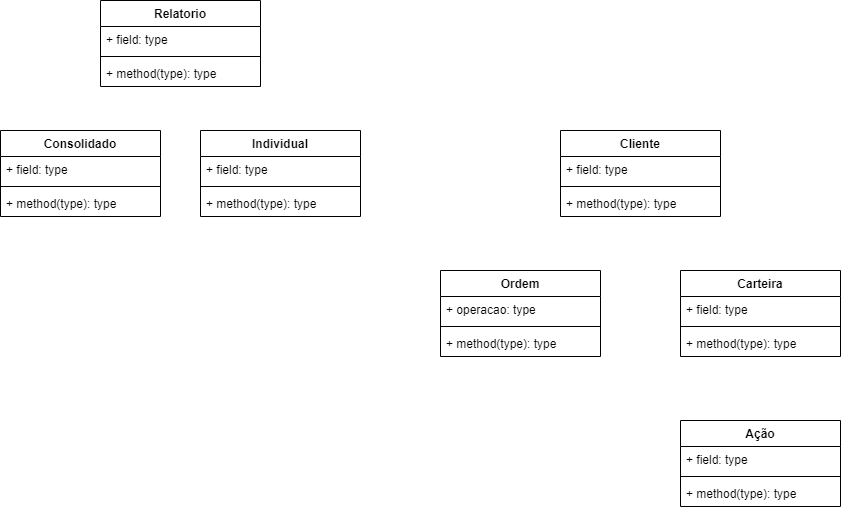
EijiDogen/FEI_MDSMarket keeps this draw.io diagram as MarketClasses.drawio.png. Above is the earlier version. Source tidied: cells renumbered, new cells last; positions are measured from the earlier drawing's top-left corner, leaving out a move shared by most shapes.
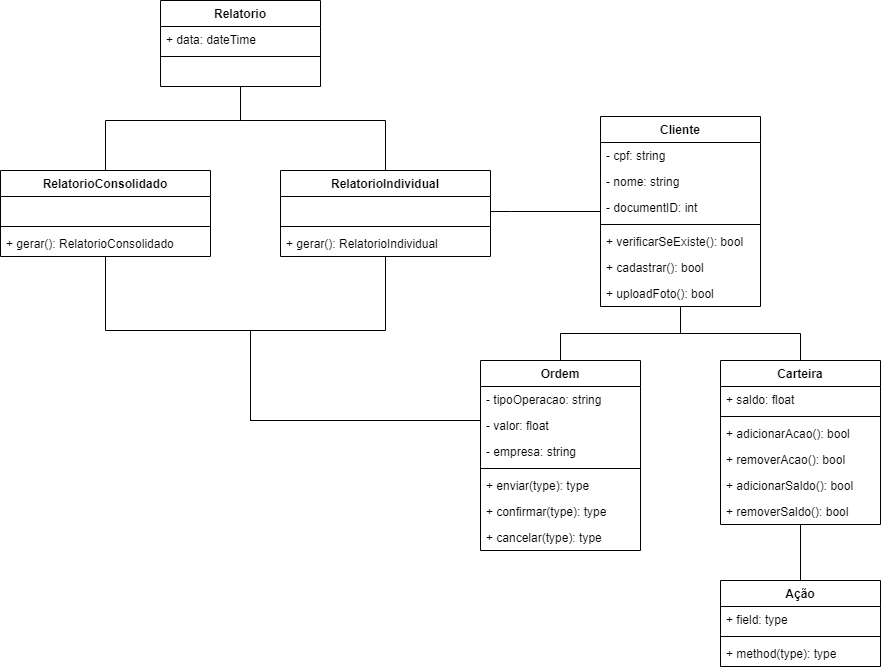
Above is the later version.

Diff of the diagram source:
```diff
@@ -2,32 +2,62 @@
   <root>
     <mxCell id="0" />
     <mxCell id="1" value="CasosDeUso" parent="0" />
+    <mxCell id="30" style="edgeStyle=orthogonalEdgeStyle;rounded=0;jettySize=auto;html=1;endArrow=none;endFill=0;" parent="1" edge="1" source="2" target="14">
+      <mxGeometry relative="1" as="geometry" />
+    </mxCell>
+    <mxCell id="31" style="edgeStyle=orthogonalEdgeStyle;rounded=0;jettySize=auto;html=1;endArrow=none;endFill=0;" parent="1" edge="1" source="2" target="6">
+      <mxGeometry relative="1" as="geometry" />
+    </mxCell>
     <mxCell id="2" value="Cliente" style="swimlane;fontStyle=1;align=center;verticalAlign=top;horizontal=1;startSize=26;" parent="1" vertex="1">
-      <mxGeometry x="560" y="130" width="160" height="86" as="geometry" />
+      <mxGeometry x="-280" y="238" width="160" height="190" as="geometry" />
     </mxCell>
+    <mxCell id="32" value="- cpf: string" style="text;strokeColor=none;fillColor=none;align=left;verticalAlign=top;spacingLeft=4;spacingRight=4;overflow=hidden;" parent="2" vertex="1">
+      <mxGeometry y="26" width="160" height="26" as="geometry" />
+    </mxCell>
-    <mxCell id="3" value="+ field: type" style="text;strokeColor=none;fillColor=none;align=left;verticalAlign=top;spacingLeft=4;spacingRight=4;overflow=hidden;" parent="2" vertex="1">
-      <mxGeometry y="26" width="160" height="26" as="geometry" />
+    <mxCell id="3" value="- nome: string" style="text;strokeColor=none;fillColor=none;align=left;verticalAlign=top;spacingLeft=4;spacingRight=4;overflow=hidden;" parent="2" vertex="1">
+      <mxGeometry y="52" width="160" height="26" as="geometry" />
     </mxCell>
+    <mxCell id="33" value="- documentID: int" style="text;strokeColor=none;fillColor=none;align=left;verticalAlign=top;spacingLeft=4;spacingRight=4;overflow=hidden;" parent="2" vertex="1">
+      <mxGeometry y="78" width="160" height="26" as="geometry" />
+    </mxCell>
     <mxCell id="4" style="line;strokeWidth=1;fillColor=none;align=left;verticalAlign=middle;spacingTop=-1;spacingLeft=3;spacingRight=3;labelPosition=right;" parent="2" vertex="1">
-      <mxGeometry y="52" width="160" height="8" as="geometry" />
+      <mxGeometry y="104" width="160" height="8" as="geometry" />
     </mxCell>
-    <mxCell id="5" value="+ method(type): type" style="text;strokeColor=none;fillColor=none;align=left;verticalAlign=top;spacingLeft=4;spacingRight=4;overflow=hidden;" parent="2" vertex="1">
-      <mxGeometry y="60" width="160" height="26" as="geometry" />
+    <mxCell id="5" value="+ verificarSeExiste(): bool" style="text;strokeColor=none;fillColor=none;align=left;verticalAlign=top;spacingLeft=4;spacingRight=4;overflow=hidden;" parent="2" vertex="1">
+      <mxGeometry y="112" width="160" height="26" as="geometry" />
     </mxCell>
+    <mxCell id="34" value="+ cadastrar(): bool" style="text;strokeColor=none;fillColor=none;align=left;verticalAlign=top;spacingLeft=4;spacingRight=4;overflow=hidden;" parent="2" vertex="1">
+      <mxGeometry y="138" width="160" height="26" as="geometry" />
+    </mxCell>
+    <mxCell id="35" value="+ uploadFoto(): bool" style="text;strokeColor=none;fillColor=none;align=left;verticalAlign=top;spacingLeft=4;spacingRight=4;overflow=hidden;" parent="2" vertex="1">
+      <mxGeometry y="164" width="160" height="26" as="geometry" />
+    </mxCell>
+    <mxCell id="36" style="edgeStyle=orthogonalEdgeStyle;rounded=0;jettySize=auto;html=1;endArrow=none;endFill=0;" parent="1" edge="1" source="6" target="10">
+      <mxGeometry relative="1" as="geometry" />
+    </mxCell>
     <mxCell id="6" value="Carteira" style="swimlane;fontStyle=1;align=center;verticalAlign=top;horizontal=1;startSize=26;" parent="1" vertex="1">
-      <mxGeometry x="680" y="270" width="160" height="86" as="geometry" />
+      <mxGeometry x="-160" y="482" width="160" height="164" as="geometry" />
     </mxCell>
-    <mxCell id="7" value="+ field: type" style="text;strokeColor=none;fillColor=none;align=left;verticalAlign=top;spacingLeft=4;spacingRight=4;overflow=hidden;" parent="6" vertex="1">
+    <mxCell id="7" value="+ saldo: float" style="text;strokeColor=none;fillColor=none;align=left;verticalAlign=top;spacingLeft=4;spacingRight=4;overflow=hidden;" parent="6" vertex="1">
       <mxGeometry y="26" width="160" height="26" as="geometry" />
     </mxCell>
     <mxCell id="8" style="line;strokeWidth=1;fillColor=none;align=left;verticalAlign=middle;spacingTop=-1;spacingLeft=3;spacingRight=3;labelPosition=right;" parent="6" vertex="1">
       <mxGeometry y="52" width="160" height="8" as="geometry" />
     </mxCell>
-    <mxCell id="9" value="+ method(type): type" style="text;strokeColor=none;fillColor=none;align=left;verticalAlign=top;spacingLeft=4;spacingRight=4;overflow=hidden;" parent="6" vertex="1">
+    <mxCell id="9" value="+ adicionarAcao(): bool" style="text;strokeColor=none;fillColor=none;align=left;verticalAlign=top;spacingLeft=4;spacingRight=4;overflow=hidden;" parent="6" vertex="1">
       <mxGeometry y="60" width="160" height="26" as="geometry" />
     </mxCell>
+    <mxCell id="37" value="+ removerAcao(): bool" style="text;strokeColor=none;fillColor=none;align=left;verticalAlign=top;spacingLeft=4;spacingRight=4;overflow=hidden;" parent="6" vertex="1">
+      <mxGeometry y="86" width="160" height="26" as="geometry" />
+    </mxCell>
+    <mxCell id="38" value="+ adicionarSaldo(): bool" style="text;strokeColor=none;fillColor=none;align=left;verticalAlign=top;spacingLeft=4;spacingRight=4;overflow=hidden;" parent="6" vertex="1">
+      <mxGeometry y="112" width="160" height="26" as="geometry" />
+    </mxCell>
+    <mxCell id="39" value="+ removerSaldo(): bool" style="text;strokeColor=none;fillColor=none;align=left;verticalAlign=top;spacingLeft=4;spacingRight=4;overflow=hidden;" parent="6" vertex="1">
+      <mxGeometry y="138" width="160" height="26" as="geometry" />
+    </mxCell>
     <mxCell id="10" value="Ação" style="swimlane;fontStyle=1;align=center;verticalAlign=top;horizontal=1;startSize=26;" parent="1" vertex="1">
-      <mxGeometry x="680" y="420" width="160" height="86" as="geometry" />
+      <mxGeometry x="-160" y="702" width="160" height="86" as="geometry" />
     </mxCell>
     <mxCell id="11" value="+ field: type" style="text;strokeColor=none;fillColor=none;align=left;verticalAlign=top;spacingLeft=4;spacingRight=4;overflow=hidden;" parent="10" vertex="1">
       <mxGeometry y="26" width="160" height="26" as="geometry" />
@@ -39,52 +69,106 @@
       <mxGeometry y="60" width="160" height="26" as="geometry" />
     </mxCell>
     <mxCell id="14" value="Ordem" style="swimlane;fontStyle=1;align=center;verticalAlign=top;horizontal=1;startSize=26;" parent="1" vertex="1">
-      <mxGeometry x="440" y="270" width="160" height="86" as="geometry" />
+      <mxGeometry x="-400" y="482" width="160" height="190" as="geometry" />
     </mxCell>
+    <mxCell id="40" value="- tipoOperacao: string" style="text;strokeColor=none;fillColor=none;align=left;verticalAlign=top;spacingLeft=4;spacingRight=4;overflow=hidden;" parent="14" vertex="1">
+      <mxGeometry y="26" width="160" height="26" as="geometry" />
+    </mxCell>
-    <mxCell id="15" value="+ operacao: type" style="text;strokeColor=none;fillColor=none;align=left;verticalAlign=top;spacingLeft=4;spacingRight=4;overflow=hidden;" parent="14" vertex="1">
-      <mxGeometry y="26" width="160" height="26" as="geometry" />
+    <mxCell id="15" value="- valor: float" style="text;strokeColor=none;fillColor=none;align=left;verticalAlign=top;spacingLeft=4;spacingRight=4;overflow=hidden;" parent="14" vertex="1">
+      <mxGeometry y="52" width="160" height="26" as="geometry" />
     </mxCell>
+    <mxCell id="41" value="- empresa: string" style="text;strokeColor=none;fillColor=none;align=left;verticalAlign=top;spacingLeft=4;spacingRight=4;overflow=hidden;" parent="14" vertex="1">
+      <mxGeometry y="78" width="160" height="26" as="geometry" />
+    </mxCell>
     <mxCell id="16" style="line;strokeWidth=1;fillColor=none;align=left;verticalAlign=middle;spacingTop=-1;spacingLeft=3;spacingRight=3;labelPosition=right;" parent="14" vertex="1">
-      <mxGeometry y="52" width="160" height="8" as="geometry" />
+      <mxGeometry y="104" width="160" height="8" as="geometry" />
     </mxCell>
-    <mxCell id="17" value="+ method(type): type" style="text;strokeColor=none;fillColor=none;align=left;verticalAlign=top;spacingLeft=4;spacingRight=4;overflow=hidden;" parent="14" vertex="1">
-      <mxGeometry y="60" width="160" height="26" as="geometry" />
+    <mxCell id="17" value="+ enviar(type): type" style="text;strokeColor=none;fillColor=none;align=left;verticalAlign=top;spacingLeft=4;spacingRight=4;overflow=hidden;" parent="14" vertex="1">
+      <mxGeometry y="112" width="160" height="26" as="geometry" />
     </mxCell>
+    <mxCell id="42" value="+ confirmar(type): type" style="text;strokeColor=none;fillColor=none;align=left;verticalAlign=top;spacingLeft=4;spacingRight=4;overflow=hidden;" parent="14" vertex="1">
+      <mxGeometry y="138" width="160" height="26" as="geometry" />
+    </mxCell>
+    <mxCell id="43" value="+ cancelar(type): type" style="text;strokeColor=none;fillColor=none;align=left;verticalAlign=top;spacingLeft=4;spacingRight=4;overflow=hidden;" parent="14" vertex="1">
+      <mxGeometry y="164" width="160" height="26" as="geometry" />
+    </mxCell>
+    <mxCell id="44" style="edgeStyle=orthogonalEdgeStyle;rounded=0;jettySize=auto;html=1;endArrow=none;endFill=0;" parent="1" edge="1" source="18" target="26">
+      <mxGeometry relative="1" as="geometry">
+        <Array as="points">
+          <mxPoint x="-640" y="242" />
+          <mxPoint x="-775" y="242" />
+        </Array>
+      </mxGeometry>
+    </mxCell>
+    <mxCell id="45" style="edgeStyle=orthogonalEdgeStyle;rounded=0;jettySize=auto;html=1;endArrow=none;endFill=0;" parent="1" edge="1" source="18" target="22">
+      <mxGeometry relative="1" as="geometry">
+        <Array as="points">
+          <mxPoint x="-640" y="242" />
+          <mxPoint x="-495" y="242" />
+        </Array>
+      </mxGeometry>
+    </mxCell>
     <mxCell id="18" value="Relatorio" style="swimlane;fontStyle=1;align=center;verticalAlign=top;horizontal=1;startSize=26;" parent="1" vertex="1">
-      <mxGeometry x="100" width="160" height="86" as="geometry" />
+      <mxGeometry x="-720" y="122" width="160" height="86" as="geometry" />
     </mxCell>
-    <mxCell id="19" value="+ field: type" style="text;strokeColor=none;fillColor=none;align=left;verticalAlign=top;spacingLeft=4;spacingRight=4;overflow=hidden;" parent="18" vertex="1">
-      <mxGeometry y="26" width="160" height="26" as="geometry" />
-    </mxCell>
+    <mxCell id="23" value="+ data: dateTime" style="text;strokeColor=none;fillColor=none;align=left;verticalAlign=top;spacingLeft=4;spacingRight=4;overflow=hidden;" parent="18" vertex="1">
+      <mxGeometry y="26" width="160" height="26" as="geometry" />
+    </mxCell>
     <mxCell id="20" style="line;strokeWidth=1;fillColor=none;align=left;verticalAlign=middle;spacingTop=-1;spacingLeft=3;spacingRight=3;labelPosition=right;" parent="18" vertex="1">
       <mxGeometry y="52" width="160" height="8" as="geometry" />
     </mxCell>
-    <mxCell id="21" value="+ method(type): type" style="text;strokeColor=none;fillColor=none;align=left;verticalAlign=top;spacingLeft=4;spacingRight=4;overflow=hidden;" parent="18" vertex="1">
+    <mxCell id="21" value="  " style="text;strokeColor=none;fillColor=none;align=left;verticalAlign=top;spacingLeft=4;spacingRight=4;overflow=hidden;" parent="18" vertex="1">
       <mxGeometry y="60" width="160" height="26" as="geometry" />
     </mxCell>
+    <mxCell id="46" style="edgeStyle=orthogonalEdgeStyle;rounded=0;jettySize=auto;html=1;endArrow=none;endFill=0;" parent="1" edge="1" source="22" target="2">
+      <mxGeometry relative="1" as="geometry">
+        <Array as="points">
+          <mxPoint x="-370" y="333" />
+          <mxPoint x="-370" y="333" />
+        </Array>
+      </mxGeometry>
+    </mxCell>
+    <mxCell id="47" style="edgeStyle=orthogonalEdgeStyle;rounded=0;jettySize=auto;html=1;endArrow=none;endFill=0;" parent="1" edge="1" source="22" target="14">
+      <mxGeometry relative="1" as="geometry">
+        <Array as="points">
+          <mxPoint x="-495" y="452" />
+          <mxPoint x="-630" y="452" />
+          <mxPoint x="-630" y="542" />
+        </Array>
+      </mxGeometry>
+    </mxCell>
-    <mxCell id="22" value="Individual" style="swimlane;fontStyle=1;align=center;verticalAlign=top;horizontal=1;startSize=26;" parent="1" vertex="1">
-      <mxGeometry x="200" y="130" width="160" height="86" as="geometry" />
+    <mxCell id="22" value="RelatorioIndividual" style="swimlane;fontStyle=1;align=center;verticalAlign=top;horizontal=1;startSize=26;" parent="1" vertex="1">
+      <mxGeometry x="-600" y="292" width="210" height="86" as="geometry" />
     </mxCell>
-    <mxCell id="23" value="+ field: type" style="text;strokeColor=none;fillColor=none;align=left;verticalAlign=top;spacingLeft=4;spacingRight=4;overflow=hidden;" parent="22" vertex="1">
-      <mxGeometry y="26" width="160" height="26" as="geometry" />
-    </mxCell>
+    <mxCell id="19" value=" " style="text;strokeColor=none;fillColor=none;align=left;verticalAlign=top;spacingLeft=4;spacingRight=4;overflow=hidden;" parent="22" vertex="1">
+      <mxGeometry y="26" width="210" height="26" as="geometry" />
+    </mxCell>
     <mxCell id="24" style="line;strokeWidth=1;fillColor=none;align=left;verticalAlign=middle;spacingTop=-1;spacingLeft=3;spacingRight=3;labelPosition=right;" parent="22" vertex="1">
-      <mxGeometry y="52" width="160" height="8" as="geometry" />
+      <mxGeometry y="52" width="210" height="8" as="geometry" />
     </mxCell>
-    <mxCell id="25" value="+ method(type): type" style="text;strokeColor=none;fillColor=none;align=left;verticalAlign=top;spacingLeft=4;spacingRight=4;overflow=hidden;" parent="22" vertex="1">
-      <mxGeometry y="60" width="160" height="26" as="geometry" />
+    <mxCell id="25" value="+ gerar(): RelatorioIndividual" style="text;strokeColor=none;fillColor=none;align=left;verticalAlign=top;spacingLeft=4;spacingRight=4;overflow=hidden;" parent="22" vertex="1">
+      <mxGeometry y="60" width="210" height="26" as="geometry" />
     </mxCell>
+    <mxCell id="48" style="edgeStyle=orthogonalEdgeStyle;rounded=0;jettySize=auto;html=1;endArrow=none;endFill=0;" parent="1" edge="1" source="26" target="14">
+      <mxGeometry relative="1" as="geometry">
+        <Array as="points">
+          <mxPoint x="-775" y="452" />
+          <mxPoint x="-630" y="452" />
+          <mxPoint x="-630" y="542" />
+        </Array>
+      </mxGeometry>
+    </mxCell>
-    <mxCell id="26" value="Consolidado" style="swimlane;fontStyle=1;align=center;verticalAlign=top;horizontal=1;startSize=26;" parent="1" vertex="1">
-      <mxGeometry y="130" width="160" height="86" as="geometry" />
+    <mxCell id="26" value="RelatorioConsolidado" style="swimlane;fontStyle=1;align=center;verticalAlign=top;horizontal=1;startSize=26;" parent="1" vertex="1">
+      <mxGeometry x="-880" y="292" width="210" height="86" as="geometry" />
     </mxCell>
-    <mxCell id="27" value="+ field: type" style="text;strokeColor=none;fillColor=none;align=left;verticalAlign=top;spacingLeft=4;spacingRight=4;overflow=hidden;" parent="26" vertex="1">
-      <mxGeometry y="26" width="160" height="26" as="geometry" />
+    <mxCell id="27" value=" " style="text;strokeColor=none;fillColor=none;align=left;verticalAlign=top;spacingLeft=4;spacingRight=4;overflow=hidden;" parent="26" vertex="1">
+      <mxGeometry y="26" width="210" height="26" as="geometry" />
     </mxCell>
     <mxCell id="28" style="line;strokeWidth=1;fillColor=none;align=left;verticalAlign=middle;spacingTop=-1;spacingLeft=3;spacingRight=3;labelPosition=right;" parent="26" vertex="1">
-      <mxGeometry y="52" width="160" height="8" as="geometry" />
+      <mxGeometry y="52" width="210" height="8" as="geometry" />
     </mxCell>
-    <mxCell id="29" value="+ method(type): type" style="text;strokeColor=none;fillColor=none;align=left;verticalAlign=top;spacingLeft=4;spacingRight=4;overflow=hidden;" parent="26" vertex="1">
-      <mxGeometry y="60" width="160" height="26" as="geometry" />
+    <mxCell id="29" value="+ gerar(): RelatorioConsolidado" style="text;strokeColor=none;fillColor=none;align=left;verticalAlign=top;spacingLeft=4;spacingRight=4;overflow=hidden;" parent="26" vertex="1">
+      <mxGeometry y="60" width="210" height="26" as="geometry" />
     </mxCell>
   </root>
 </mxGraphModel>
```
